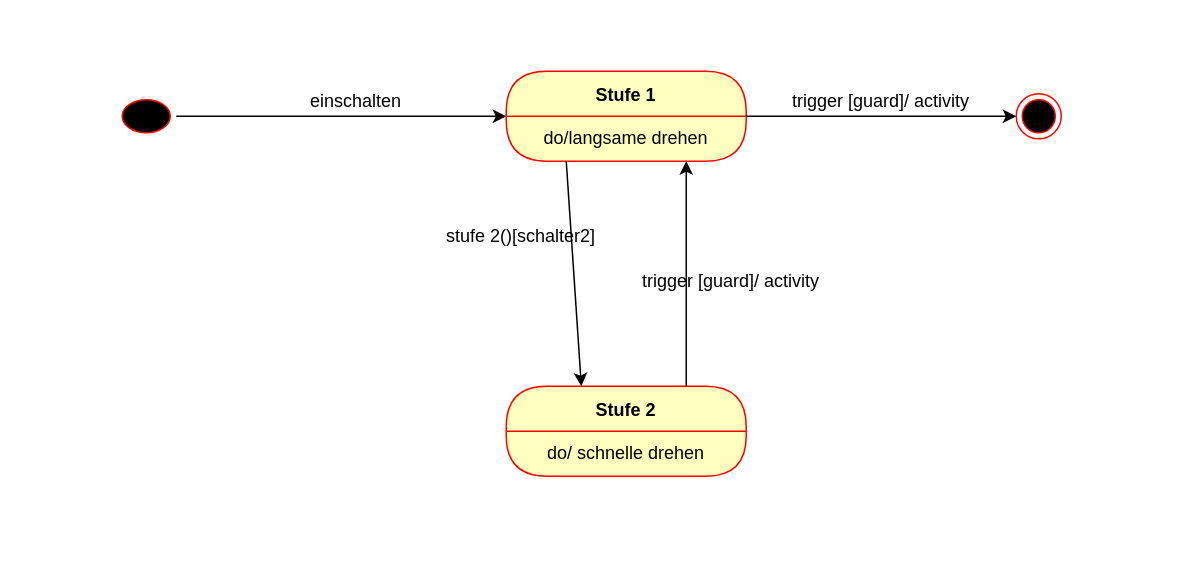
Gilgarath/UML_Diagramme keeps this draw.io diagram as 04_UML_Zustandsdiagramm.drawio. Above is the earlier version. Source tidied: cells renumbered, new cells numbered last; positions are measured from the earlier drawing's top-left corner, leaving out a move shared by most shapes. Both pictures are drawn from the tidied source at 150%, with x=0, y=0 at pixel (116, 70).
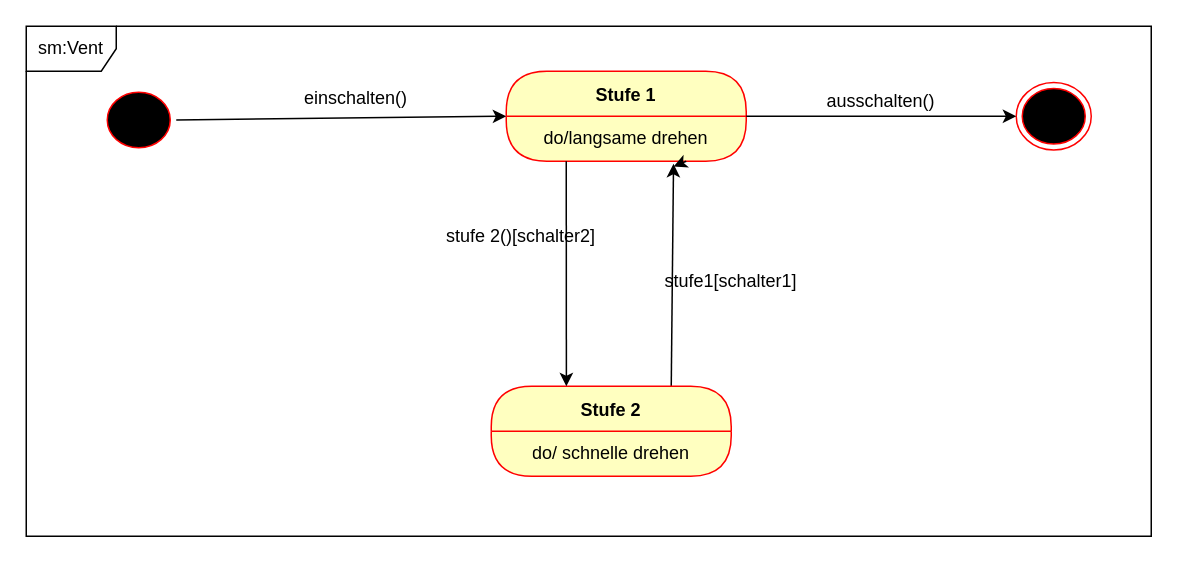
Above is the later version.

Commit message:
04 UML Zustandsdiagramm

What changed in the source:
```diff
@@
 <mxGraphModel>
   <root>
     <mxCell id="0" />
     <mxCell id="1" parent="0" />
-    <mxCell id="2" style="edgeStyle=none;html=1;exitX=0.75;exitY=0;exitDx=0;exitDy=0;entryX=0.75;entryY=1;entryDx=0;entryDy=0;" parent="1" edge="1" source="3" target="7">
+    <mxCell id="2" style="edgeStyle=none;html=1;exitX=0.75;exitY=0;exitDx=0;exitDy=0;entryX=0.697;entryY=1.058;entryDx=0;entryDy=0;entryPerimeter=0;" parent="1" edge="1" source="3" target="7">
       <mxGeometry relative="1" as="geometry" />
     </mxCell>
     <mxCell id="3" value="Stufe 2" style="swimlane;fontStyle=1;align=center;verticalAlign=middle;horizontal=1;startSize=30;fontColor=#000000;rounded=1;arcSize=30;strokeColor=#ff0000;fillColor=#ffffc0;swimlaneFillColor=#ffffc0;" parent="1" vertex="1">
-      <mxGeometry x="260" y="210" width="160" height="60" as="geometry" />
+      <mxGeometry x="250" y="210" width="160" height="60" as="geometry" />
     </mxCell>
     <mxCell id="4" value="do/ schnelle drehen" style="text;html=1;strokeColor=none;fillColor=none;align=center;verticalAlign=middle;spacingLeft=4;spacingRight=4;whiteSpace=wrap;overflow=hidden;fontColor=#000000;" parent="3" vertex="1">
       <mxGeometry y="30" width="160" height="30" as="geometry" />
     </mxCell>
     <mxCell id="5" value="Subtitle" style="text;html=1;strokeColor=none;fillColor=none;align=center;verticalAlign=middle;spacingLeft=4;spacingRight=4;whiteSpace=wrap;overflow=hidden;fontColor=#000000;" parent="3" vertex="1">
       <mxGeometry y="60" width="160" as="geometry" />
     </mxCell>
     <mxCell id="6" value="Stufe 1" style="swimlane;fontStyle=1;align=center;verticalAlign=middle;horizontal=1;startSize=30;fontColor=#000000;rounded=1;arcSize=30;strokeColor=#ff0000;fillColor=#ffffc0;swimlaneFillColor=#ffffc0;" parent="1" vertex="1">
       <mxGeometry x="260" width="160" height="60" as="geometry" />
     </mxCell>
     <mxCell id="7" value="do/langsame drehen" style="text;html=1;strokeColor=none;fillColor=none;align=center;verticalAlign=middle;spacingLeft=4;spacingRight=4;whiteSpace=wrap;overflow=hidden;fontColor=#000000;" parent="6" vertex="1">
       <mxGeometry y="30" width="160" height="30" as="geometry" />
     </mxCell>
+    <mxCell id="17" style="edgeStyle=none;html=1;exitX=0.75;exitY=1;exitDx=0;exitDy=0;entryX=0.697;entryY=1.119;entryDx=0;entryDy=0;entryPerimeter=0;" parent="6" edge="1" source="7" target="7">
+      <mxGeometry relative="1" as="geometry" />
+    </mxCell>
     <mxCell id="8" style="ellipse;html=1;shape=endState;fillColor=#000000;strokeColor=#ff0000;" parent="1" vertex="1">
-      <mxGeometry x="600" y="15" width="30" height="30" as="geometry" />
+      <mxGeometry x="600" y="7.5" width="50" height="45" as="geometry" />
     </mxCell>
     <mxCell id="9" style="edgeStyle=none;html=1;exitX=1;exitY=0.5;exitDx=0;exitDy=0;entryX=0;entryY=0;entryDx=0;entryDy=0;" parent="1" edge="1" source="10" target="7">
       <mxGeometry relative="1" as="geometry" />
     </mxCell>
     <mxCell id="10" style="ellipse;html=1;shape=startState;fillColor=#000000;strokeColor=#ff0000;" parent="1" vertex="1">
-      <mxGeometry y="15" width="40" height="30" as="geometry" />
+      <mxGeometry x="-10" y="10" width="50" height="45" as="geometry" />
     </mxCell>
-    <mxCell id="11" value="trigger [guard]/ activity" style="text;strokeColor=none;align=center;fillColor=none;html=1;verticalAlign=middle;whiteSpace=wrap;rounded=0;" parent="1" vertex="1">
+    <mxCell id="11" value="ausschalten()" style="text;strokeColor=none;align=center;fillColor=none;html=1;verticalAlign=middle;whiteSpace=wrap;rounded=0;" parent="1" vertex="1">
       <mxGeometry x="440" y="10" width="140" height="20" as="geometry" />
     </mxCell>
     <mxCell id="12" style="edgeStyle=none;html=1;exitX=1;exitY=0;exitDx=0;exitDy=0;entryX=0;entryY=0.5;entryDx=0;entryDy=0;" parent="1" edge="1" source="7" target="8">
       <mxGeometry relative="1" as="geometry" />
     </mxCell>
-    <mxCell id="13" value="einschalten" style="text;strokeColor=none;align=center;fillColor=none;html=1;verticalAlign=middle;whiteSpace=wrap;rounded=0;" parent="1" vertex="1">
-      <mxGeometry x="90" y="10" width="140" height="20" as="geometry" />
+    <mxCell id="13" value="einschalten()" style="text;strokeColor=none;align=center;fillColor=none;html=1;verticalAlign=middle;whiteSpace=wrap;rounded=0;" parent="1" vertex="1">
+      <mxGeometry x="90" y="7.5" width="140" height="20" as="geometry" />
     </mxCell>
     <mxCell id="14" style="edgeStyle=none;html=1;exitX=0.25;exitY=1;exitDx=0;exitDy=0;entryX=0.313;entryY=0;entryDx=0;entryDy=0;entryPerimeter=0;" parent="1" edge="1" source="7" target="3">
       <mxGeometry relative="1" as="geometry" />
     </mxCell>
     <mxCell id="15" value="stufe 2()[schalter2]" style="text;strokeColor=none;align=center;fillColor=none;html=1;verticalAlign=middle;whiteSpace=wrap;rounded=0;" parent="1" vertex="1">
       <mxGeometry x="200" y="100" width="140" height="20" as="geometry" />
     </mxCell>
-    <mxCell id="16" value="trigger [guard]/ activity" style="text;strokeColor=none;align=center;fillColor=none;html=1;verticalAlign=middle;whiteSpace=wrap;rounded=0;" parent="1" vertex="1">
+    <mxCell id="16" value="stufe1[schalter1]" style="text;strokeColor=none;align=center;fillColor=none;html=1;verticalAlign=middle;whiteSpace=wrap;rounded=0;" parent="1" vertex="1">
       <mxGeometry x="340" y="130" width="140" height="20" as="geometry" />
     </mxCell>
+    <mxCell id="18" value="sm:Vent" style="shape=umlFrame;whiteSpace=wrap;html=1;" parent="1" vertex="1">
+      <mxGeometry x="-60" y="-30" width="750" height="340" as="geometry" />
+    </mxCell>
   </root>
 </mxGraphModel>
```
